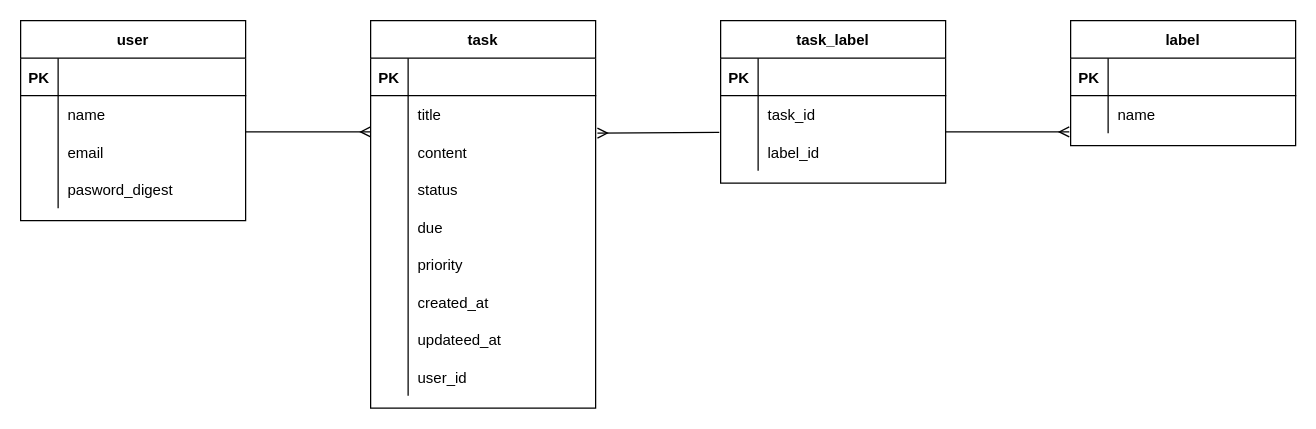
KeiNakamu/Manyo_exam keeps this draw.io diagram as docs/manyo_erd.dio. Above is the earlier version. Source tidied: cells renumbered, new cells numbered last; positions are measured from the earlier drawing's top-left corner, leaving out a move shared by most shapes. Both pictures are drawn from the tidied source at 125%, with x=0, y=0 at pixel (20, 20).
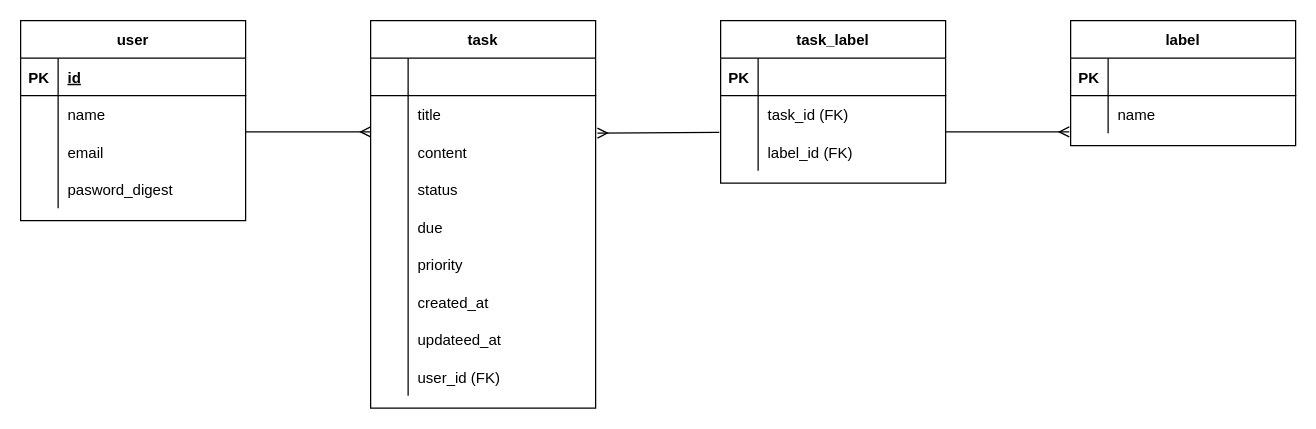
After the change.

Commit message:
ER図に(FK)を追記

Unchanged cells that the change refers to:
```xml
<mxCell id="4" style="shape=partialRectangle;fillColor=none;top=0;left=0;bottom=1;right=0;" parent="3" vertex="1">
  <mxGeometry y="30" width="180" height="30" as="geometry" />
</mxCell>
<mxCell id="17" style="shape=partialRectangle;fillColor=none;top=0;left=0;bottom=1;right=0;" parent="16" vertex="1">
  <mxGeometry y="30" width="180" height="30" as="geometry" />
</mxCell>
<mxCell id="41" style="shape=partialRectangle;fillColor=none;top=0;left=0;bottom=0;right=0;" parent="16" vertex="1">
  <mxGeometry y="270" width="180" height="30" as="geometry" />
</mxCell>
<mxCell id="48" style="shape=partialRectangle;fillColor=none;top=0;left=0;bottom=0;right=0;" parent="44" vertex="1">
  <mxGeometry y="60" width="180" height="30" as="geometry" />
</mxCell>
<mxCell id="51" style="shape=partialRectangle;fillColor=none;top=0;left=0;bottom=0;right=0;points=[[0,0.5],[1,0.5]];portConstraint=eastwest;" parent="44" vertex="1">
  <mxGeometry y="90" width="180" height="30" as="geometry" />
</mxCell>
```

Change to the diagram source:
```diff
@@
-    <mxCell id="6" style="shape=partialRectangle;fillColor=none;top=0;left=0;bottom=0;right=0;align=left;spacingLeft=6;fontStyle=5;overflow=hidden;" parent="4" vertex="1">
+    <mxCell id="6" value="id" style="shape=partialRectangle;fillColor=none;top=0;left=0;bottom=0;right=0;align=left;spacingLeft=6;fontStyle=5;overflow=hidden;" parent="4" vertex="1">
       <mxGeometry x="30" width="150" height="30" as="geometry" />
     </mxCell>
@@
-    <mxCell id="18" value="PK" style="shape=partialRectangle;fillColor=none;top=0;left=0;bottom=0;right=0;fontStyle=1;overflow=hidden;" parent="17" vertex="1">
+    <mxCell id="18" style="shape=partialRectangle;fillColor=none;top=0;left=0;bottom=0;right=0;fontStyle=1;overflow=hidden;" parent="17" vertex="1">
       <mxGeometry width="30" height="30" as="geometry" />
     </mxCell>
@@
-    <mxCell id="43" value="user_id" style="shape=partialRectangle;fillColor=none;top=0;left=0;bottom=0;right=0;align=left;spacingLeft=6;overflow=hidden;" parent="41" vertex="1">
+    <mxCell id="43" value="user_id (FK)" style="shape=partialRectangle;fillColor=none;top=0;left=0;bottom=0;right=0;align=left;spacingLeft=6;overflow=hidden;" parent="41" vertex="1">
       <mxGeometry x="30" width="150" height="30" as="geometry" />
     </mxCell>
@@
-    <mxCell id="50" value="task_id" style="shape=partialRectangle;fillColor=none;top=0;left=0;bottom=0;right=0;align=left;spacingLeft=6;overflow=hidden;" parent="48" vertex="1">
+    <mxCell id="50" value="task_id (FK)" style="shape=partialRectangle;fillColor=none;top=0;left=0;bottom=0;right=0;align=left;spacingLeft=6;overflow=hidden;" parent="48" vertex="1">
       <mxGeometry x="30" width="150" height="30" as="geometry" />
     </mxCell>
@@
-    <mxCell id="53" value="label_id" style="shape=partialRectangle;fillColor=none;top=0;left=0;bottom=0;right=0;align=left;spacingLeft=6;overflow=hidden;" parent="51" vertex="1">
+    <mxCell id="53" value="label_id (FK)" style="shape=partialRectangle;fillColor=none;top=0;left=0;bottom=0;right=0;align=left;spacingLeft=6;overflow=hidden;" parent="51" vertex="1">
       <mxGeometry x="30" width="150" height="30" as="geometry" />
     </mxCell>
```
